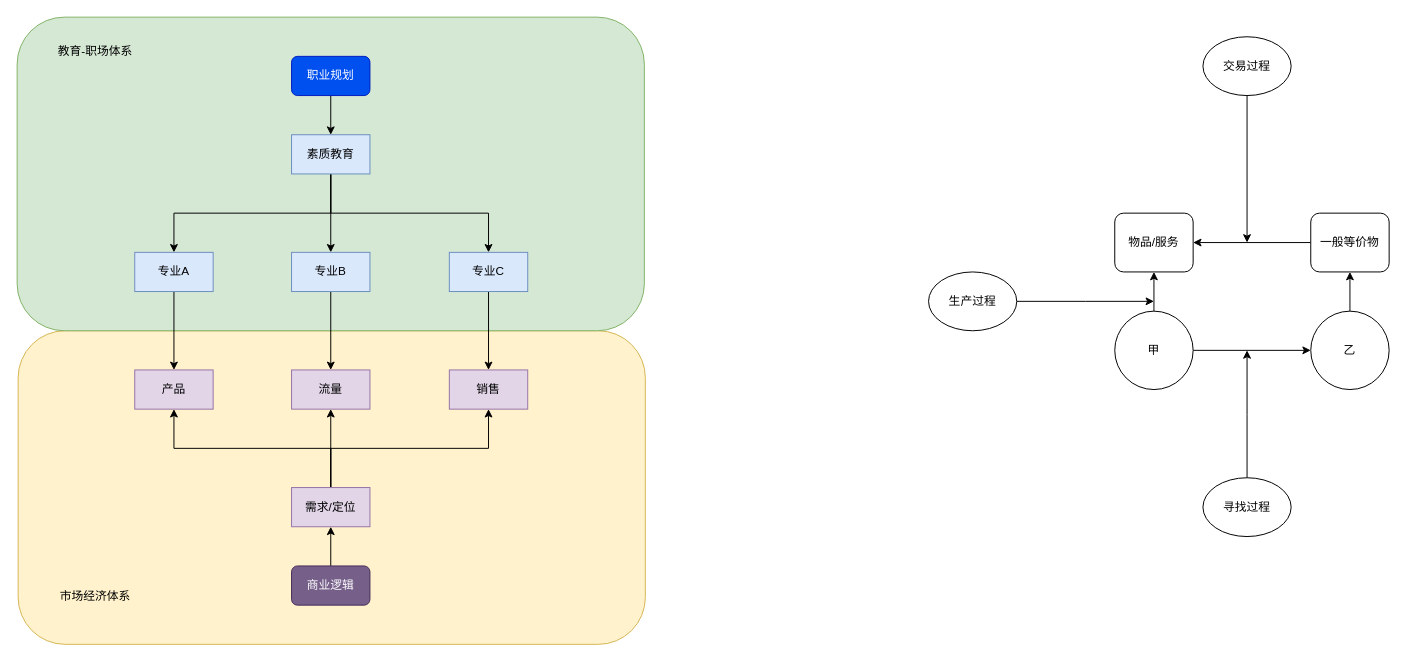
Before: 转变.drawio in youyusan/life_system, a draw.io diagram. Source tidied: cells renumbered, new cells numbered last; positions are measured from the earlier drawing's top-left corner, leaving out a move shared by most shapes. Both pictures are drawn from the tidied source at 98%, with x=0, y=0 at pixel (17, 17).
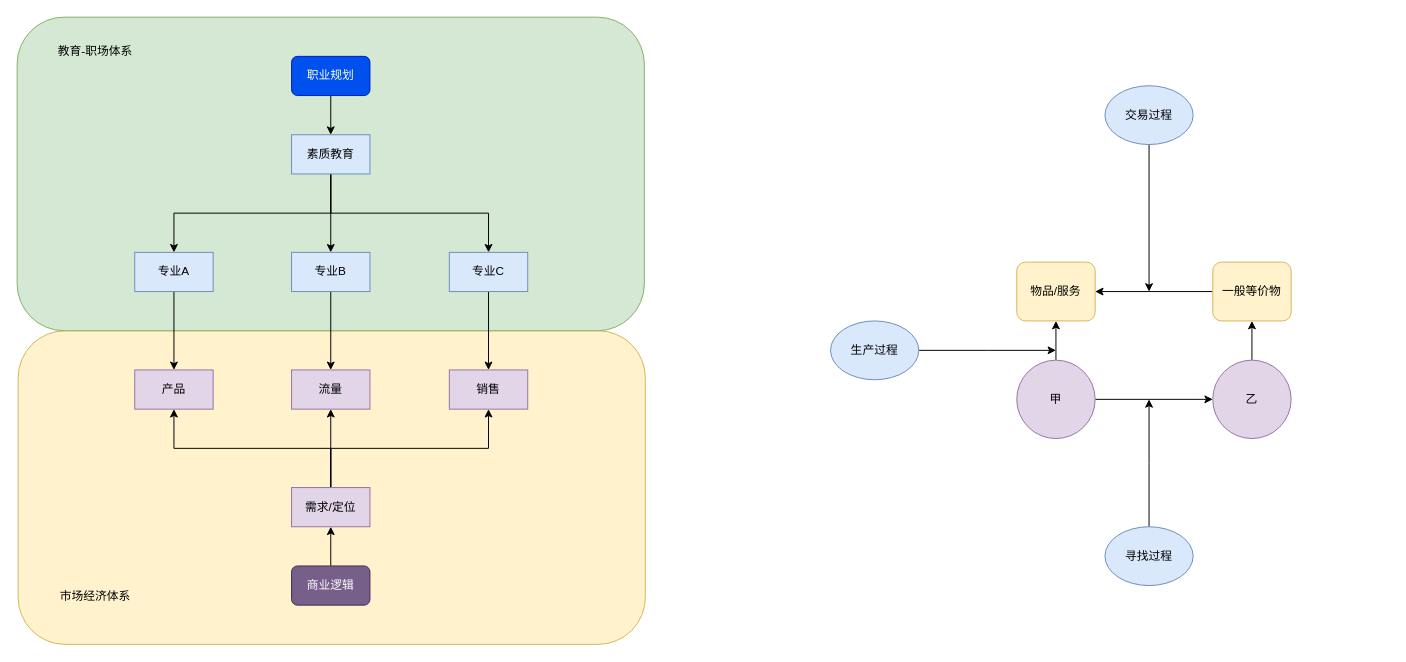
The same page after the edit.

Change to the diagram source:
```diff
@@
-    <mxCell id="27" value="物品/服务" style="rounded=1;whiteSpace=wrap;html=1;" parent="1" vertex="1">
-      <mxGeometry x="1120" y="200" width="80" height="60" as="geometry" />
+    <mxCell id="27" value="物品/服务" style="rounded=1;whiteSpace=wrap;html=1;fillColor=#fff2cc;strokeColor=#d6b656;" parent="1" vertex="1">
+      <mxGeometry x="1020" y="250" width="80" height="60" as="geometry" />
     </mxCell>
@@
-    <mxCell id="30" value="甲" style="ellipse;whiteSpace=wrap;html=1;" parent="1" vertex="1">
-      <mxGeometry x="1120" y="300" width="80" height="80" as="geometry" />
+    <mxCell id="30" value="甲" style="ellipse;whiteSpace=wrap;html=1;fillColor=#e1d5e7;strokeColor=#9673a6;" parent="1" vertex="1">
+      <mxGeometry x="1020" y="350" width="80" height="80" as="geometry" />
     </mxCell>
@@
-    <mxCell id="32" value="乙" style="ellipse;whiteSpace=wrap;html=1;" parent="1" vertex="1">
-      <mxGeometry x="1320" y="300" width="80" height="80" as="geometry" />
+    <mxCell id="32" value="乙" style="ellipse;whiteSpace=wrap;html=1;fillColor=#e1d5e7;strokeColor=#9673a6;" parent="1" vertex="1">
+      <mxGeometry x="1220" y="350" width="80" height="80" as="geometry" />
     </mxCell>
@@
-    <mxCell id="34" value="一般等价物" style="rounded=1;whiteSpace=wrap;html=1;" parent="1" vertex="1">
-      <mxGeometry x="1320" y="200" width="80" height="60" as="geometry" />
+    <mxCell id="34" value="一般等价物" style="rounded=1;whiteSpace=wrap;html=1;fillColor=#fff2cc;strokeColor=#d6b656;" parent="1" vertex="1">
+      <mxGeometry x="1220" y="250" width="80" height="60" as="geometry" />
     </mxCell>
     <mxCell id="35" style="edgeStyle=orthogonalEdgeStyle;rounded=0;jettySize=auto;html=1;" parent="1" edge="1" source="36">
       <mxGeometry relative="1" as="geometry">
-        <mxPoint x="1160" y="290" as="targetPoint" />
+        <mxPoint x="1060" y="340" as="targetPoint" />
       </mxGeometry>
     </mxCell>
-    <mxCell id="36" value="生产过程" style="ellipse;whiteSpace=wrap;html=1;" parent="1" vertex="1">
-      <mxGeometry x="930" y="260" width="90" height="60" as="geometry" />
+    <mxCell id="36" value="生产过程" style="ellipse;whiteSpace=wrap;html=1;fillColor=#dae8fc;strokeColor=#6c8ebf;" parent="1" vertex="1">
+      <mxGeometry x="830" y="310" width="90" height="60" as="geometry" />
     </mxCell>
     <mxCell id="37" style="edgeStyle=orthogonalEdgeStyle;rounded=0;jettySize=auto;html=1;" parent="1" edge="1" source="38">
       <mxGeometry relative="1" as="geometry">
-        <mxPoint x="1255" y="340" as="targetPoint" />
+        <mxPoint x="1155" y="390" as="targetPoint" />
       </mxGeometry>
     </mxCell>
-    <mxCell id="38" value="寻找过程" style="ellipse;whiteSpace=wrap;html=1;" parent="1" vertex="1">
-      <mxGeometry x="1210" y="470" width="90" height="60" as="geometry" />
+    <mxCell id="38" value="寻找过程" style="ellipse;whiteSpace=wrap;html=1;fillColor=#dae8fc;strokeColor=#6c8ebf;" parent="1" vertex="1">
+      <mxGeometry x="1110" y="520" width="90" height="60" as="geometry" />
     </mxCell>
     <mxCell id="39" style="edgeStyle=orthogonalEdgeStyle;rounded=0;jettySize=auto;html=1;" parent="1" edge="1" source="40">
       <mxGeometry relative="1" as="geometry">
-        <mxPoint x="1255" y="230" as="targetPoint" />
+        <mxPoint x="1155" y="280" as="targetPoint" />
       </mxGeometry>
     </mxCell>
-    <mxCell id="40" value="交易过程" style="ellipse;whiteSpace=wrap;html=1;" parent="1" vertex="1">
-      <mxGeometry x="1210" y="20" width="90" height="60" as="geometry" />
+    <mxCell id="40" value="交易过程" style="ellipse;whiteSpace=wrap;html=1;fillColor=#dae8fc;strokeColor=#6c8ebf;" parent="1" vertex="1">
+      <mxGeometry x="1110" y="70" width="90" height="60" as="geometry" />
     </mxCell>
```
